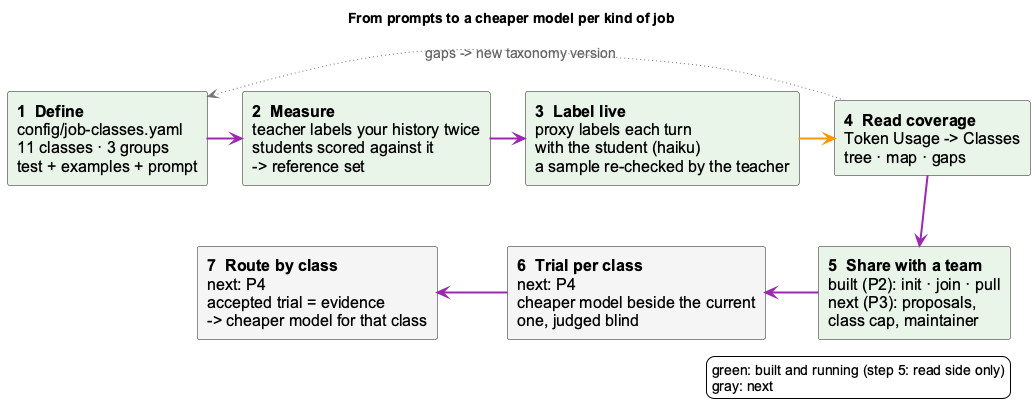
Before: docs-content/images/job-class-lifecycle.png, a diagram exported from PlantUML (fwornle/coding).
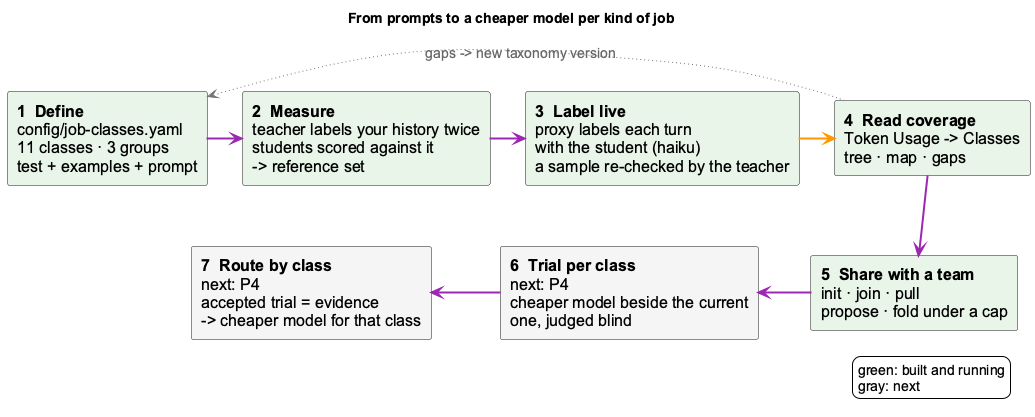
The same diagram one commit later.

The edit, as a diff of the source:
```diff
@@ -12,7 +12,7 @@
 component "**2  Measure**\nteacher labels your history twice\nstudents scored against it\n-> reference set" as measure <<core>>
 component "**3  Label live**\nproxy labels each turn\nwith the student (haiku)\na sample re-checked by the teacher" as live <<core>>
 component "**4  Read coverage**\nToken Usage -> Classes\ntree · map · gaps" as read <<core>>
-component "**5  Share with a team**\nbuilt (P2): init · join · pull\nnext (P3): proposals,\nclass cap, maintainer" as share <<core>>
+component "**5  Share with a team**\ninit · join · pull\npropose · fold under a cap" as share <<core>>
 component "**6  Trial per class**\nnext: P4\ncheaper model beside the current\none, judged blind" as trial <<external>>
 component "**7  Route by class**\nnext: P4\naccepted trial = evidence\n-> cheaper model for that class" as route <<external>>
 
@@ -26,7 +26,7 @@
 read -[#757575,thickness=1,dotted,norank]-> define : gaps -> new taxonomy version
 
 legend right
-  green: built and running (step 5: read side only)
+  green: built and running
   gray: next
 endlegend
 @enduml
```
